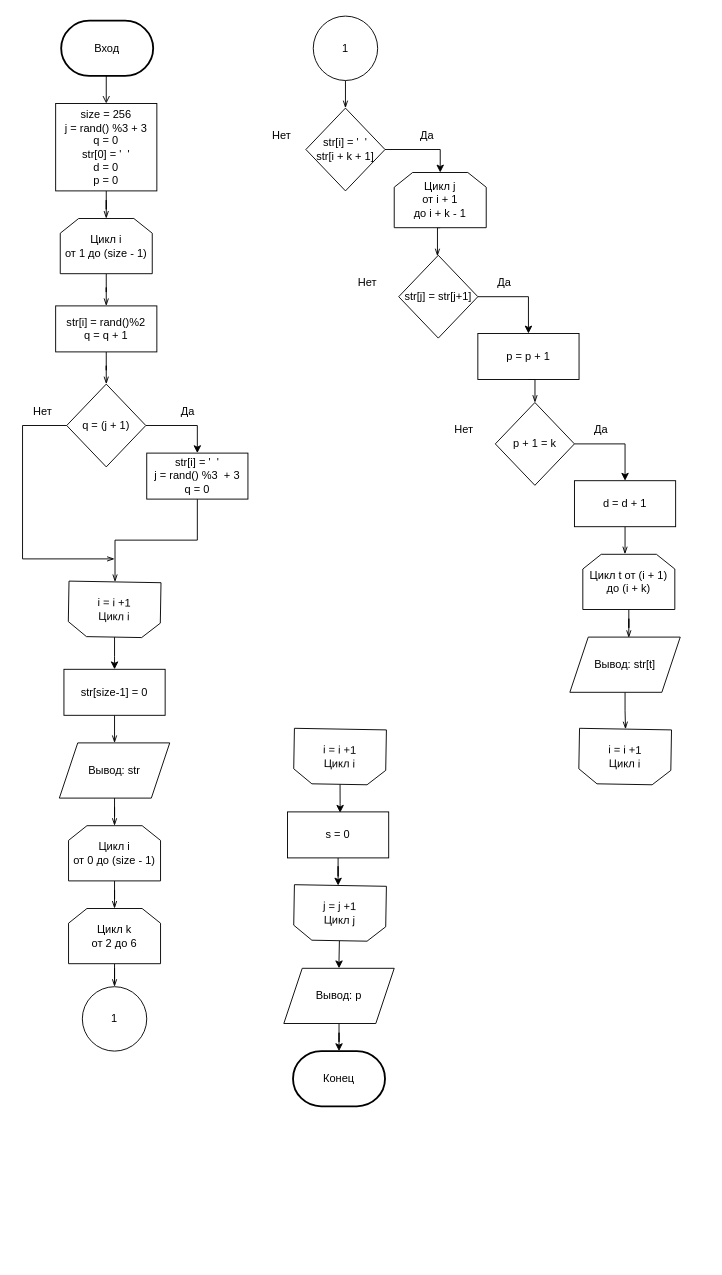
This is laba6.drawio from ArgumenTiKi/labs, a draw.io file, before an edit. Source tidied: cells renumbered, new cells numbered last; positions are measured from the earlier drawing's top-left corner, leaving out a move shared by most shapes. Both pictures are drawn from the tidied source at 92%, with x=0, y=0 at pixel (22, 16).
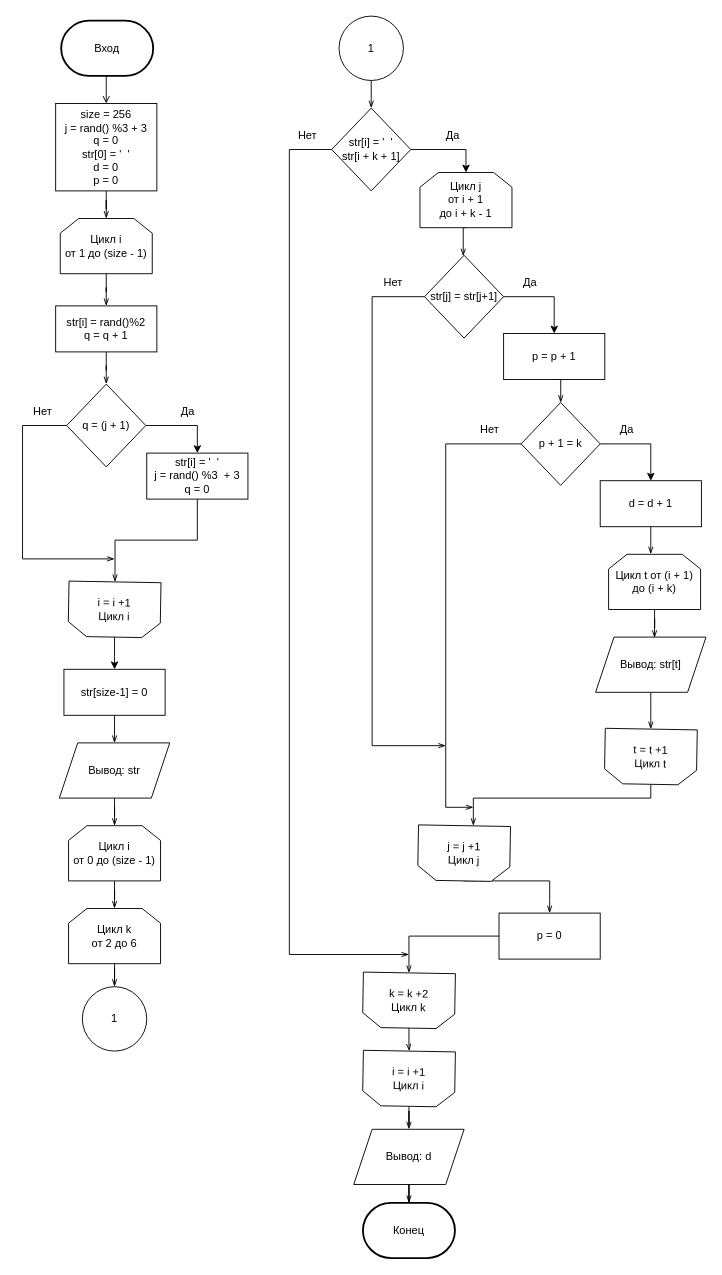
The same diagram, later.

The edit, as a diff of the source:
```diff
@@
     <mxCell id="4" value="Конец" style="strokeWidth=2;html=1;shape=mxgraph.flowchart.terminator;whiteSpace=wrap;" parent="1" vertex="1">
-      <mxGeometry x="294" y="1125" width="100" height="60" as="geometry" />
+      <mxGeometry x="370" y="1290" width="100" height="60" as="geometry" />
     </mxCell>
@@
     <mxCell id="17" value="1" style="ellipse;whiteSpace=wrap;html=1;" parent="1" vertex="1">
-      <mxGeometry x="316" width="70" height="70" as="geometry" />
+      <mxGeometry x="344" width="70" height="70" as="geometry" />
     </mxCell>
@@
-    <mxCell id="24" style="edgeStyle=orthogonalEdgeStyle;rounded=0;jettySize=auto;html=1;entryX=0.52;entryY=0.019;entryDx=0;entryDy=0;entryPerimeter=0;" parent="1" edge="1" source="25" target="27">
-      <mxGeometry relative="1" as="geometry">
-        <Array as="points">
-          <mxPoint x="345" y="856" />
-        </Array>
-      </mxGeometry>
-    </mxCell>
-    <mxCell id="25" value="i = i +1&lt;br&gt;Цикл i" style="shape=loopLimit;whiteSpace=wrap;html=1;rotation=1;flipV=1;" parent="1" vertex="1">
-      <mxGeometry x="295" y="775" width="100" height="60" as="geometry" />
-    </mxCell>
-    <mxCell id="26" style="edgeStyle=orthogonalEdgeStyle;rounded=0;jettySize=auto;html=1;entryX=0.475;entryY=0.999;entryDx=0;entryDy=0;entryPerimeter=0;" parent="1" edge="1" source="27" target="31">
-      <mxGeometry relative="1" as="geometry" />
-    </mxCell>
-    <mxCell id="27" value="s = 0" style="rounded=0;whiteSpace=wrap;html=1;" parent="1" vertex="1">
-      <mxGeometry x="288" y="865" width="110" height="50" as="geometry" />
-    </mxCell>
-    <mxCell id="28" style="edgeStyle=orthogonalEdgeStyle;rounded=0;jettySize=auto;html=1;" parent="1" edge="1" source="29" target="4">
-      <mxGeometry relative="1" as="geometry" />
-    </mxCell>
-    <mxCell id="29" value="Вывод: p" style="shape=parallelogram;perimeter=parallelogramPerimeter;whiteSpace=wrap;html=1;fixedSize=1;" parent="1" vertex="1">
-      <mxGeometry x="284" y="1035" width="120" height="60" as="geometry" />
-    </mxCell>
-    <mxCell id="30" style="edgeStyle=orthogonalEdgeStyle;rounded=0;jettySize=auto;html=1;entryX=0.5;entryY=0;entryDx=0;entryDy=0;" parent="1" edge="1" source="31" target="29">
-      <mxGeometry relative="1" as="geometry">
-        <Array as="points">
-          <mxPoint x="344" y="1026" />
-        </Array>
-      </mxGeometry>
-    </mxCell>
-    <mxCell id="31" value="j = j +1&lt;br&gt;Цикл j" style="shape=loopLimit;whiteSpace=wrap;html=1;rotation=1;flipV=1;" parent="1" vertex="1">
-      <mxGeometry x="295" y="945" width="100" height="60" as="geometry" />
-    </mxCell>
@@
     <mxCell id="38" style="edgeStyle=orthogonalEdgeStyle;rounded=0;jettySize=auto;html=1;exitX=0.5;exitY=1;exitDx=0;exitDy=0;entryX=0;entryY=0.5;entryDx=0;entryDy=0;" parent="1" edge="1" target="40">
       <mxGeometry relative="1" as="geometry">
-        <mxPoint x="345" y="112" as="sourcePoint" />
+        <mxPoint x="373" y="112" as="sourcePoint" />
       </mxGeometry>
     </mxCell>
@@
+    <mxCell id="66" style="edgeStyle=orthogonalEdgeStyle;rounded=0;jettySize=auto;html=1;endArrow=openThin;endFill=0;exitX=0.5;exitY=1;exitDx=0;exitDy=0;" parent="1" edge="1" source="40">
+      <mxGeometry relative="1" as="geometry">
+        <mxPoint x="420" y="1020" as="targetPoint" />
+        <Array as="points">
+          <mxPoint x="290" y="145" />
+          <mxPoint x="290" y="1020" />
+        </Array>
+      </mxGeometry>
+    </mxCell>
     <mxCell id="40" value="str[i] = '&amp;nbsp; '&lt;br&gt;str[i + k + 1]" style="rhombus;whiteSpace=wrap;html=1;direction=south;" parent="1" vertex="1">
-      <mxGeometry x="308" y="100" width="86" height="90" as="geometry" />
+      <mxGeometry x="336" y="100" width="86" height="90" as="geometry" />
     </mxCell>
     <mxCell id="41" value="Нет" style="text;html=1;strokeColor=none;fillColor=none;align=center;verticalAlign=middle;whiteSpace=wrap;rounded=0;" parent="1" vertex="1">
-      <mxGeometry x="262" y="120" width="40" height="20" as="geometry" />
+      <mxGeometry x="290" y="120" width="40" height="20" as="geometry" />
     </mxCell>
     <mxCell id="42" value="Да" style="text;html=1;strokeColor=none;fillColor=none;align=center;verticalAlign=middle;whiteSpace=wrap;rounded=0;" parent="1" vertex="1">
-      <mxGeometry x="420" y="120" width="40" height="20" as="geometry" />
+      <mxGeometry x="448" y="120" width="40" height="20" as="geometry" />
     </mxCell>
@@
     <mxCell id="45" style="edgeStyle=orthogonalEdgeStyle;rounded=0;jettySize=auto;html=1;exitX=0.5;exitY=1;exitDx=0;exitDy=0;endArrow=openThin;endFill=0;" parent="1" edge="1" source="46" target="51">
       <mxGeometry relative="1" as="geometry">
         <Array as="points">
-          <mxPoint x="451" y="230" />
+          <mxPoint x="479" y="230" />
         </Array>
       </mxGeometry>
     </mxCell>
     <mxCell id="46" value="Цикл j&lt;br&gt;от i + 1 &lt;br&gt;до i + k - 1" style="shape=loopLimit;whiteSpace=wrap;html=1;" parent="1" vertex="1">
-      <mxGeometry x="404" y="170" width="100" height="60" as="geometry" />
+      <mxGeometry x="432" y="170" width="100" height="60" as="geometry" />
     </mxCell>
     <mxCell id="47" style="edgeStyle=orthogonalEdgeStyle;rounded=0;jettySize=auto;html=1;exitX=0.5;exitY=1;exitDx=0;exitDy=0;endArrow=openThin;endFill=0;" parent="1" edge="1" source="48" target="58">
       <mxGeometry relative="1" as="geometry">
         <Array as="points">
-          <mxPoint x="557" y="395" />
+          <mxPoint x="585" y="395" />
         </Array>
       </mxGeometry>
     </mxCell>
     <mxCell id="48" value="p = p + 1" style="rounded=0;whiteSpace=wrap;html=1;" parent="1" vertex="1">
-      <mxGeometry x="494.9" y="345" width="110" height="50" as="geometry" />
+      <mxGeometry x="522.9" y="345" width="110" height="50" as="geometry" />
     </mxCell>
     <mxCell id="49" style="edgeStyle=orthogonalEdgeStyle;rounded=0;jettySize=auto;html=1;exitX=0.5;exitY=1;exitDx=0;exitDy=0;entryX=0;entryY=0.5;entryDx=0;entryDy=0;" parent="1" edge="1" target="51">
       <mxGeometry relative="1" as="geometry">
-        <mxPoint x="444.9" y="282" as="sourcePoint" />
+        <mxPoint x="472.9" y="282" as="sourcePoint" />
       </mxGeometry>
     </mxCell>
@@
+    <mxCell id="67" style="edgeStyle=orthogonalEdgeStyle;rounded=0;jettySize=auto;html=1;endArrow=openThin;endFill=0;" parent="1" edge="1" source="51">
+      <mxGeometry relative="1" as="geometry">
+        <mxPoint x="460" y="793" as="targetPoint" />
+        <Array as="points">
+          <mxPoint x="380" y="305" />
+          <mxPoint x="380" y="793" />
+        </Array>
+      </mxGeometry>
+    </mxCell>
     <mxCell id="51" value="str[j] = str[j+1]" style="rhombus;whiteSpace=wrap;html=1;direction=south;" parent="1" vertex="1">
-      <mxGeometry x="408.9" y="260" width="86" height="90" as="geometry" />
+      <mxGeometry x="436.9" y="260" width="86" height="90" as="geometry" />
     </mxCell>
     <mxCell id="52" value="Нет" style="text;html=1;strokeColor=none;fillColor=none;align=center;verticalAlign=middle;whiteSpace=wrap;rounded=0;" parent="1" vertex="1">
-      <mxGeometry x="355" y="280" width="40" height="20" as="geometry" />
+      <mxGeometry x="383" y="280" width="40" height="20" as="geometry" />
     </mxCell>
     <mxCell id="53" value="Да" style="text;html=1;strokeColor=none;fillColor=none;align=center;verticalAlign=middle;whiteSpace=wrap;rounded=0;" parent="1" vertex="1">
-      <mxGeometry x="504" y="280" width="40" height="20" as="geometry" />
+      <mxGeometry x="532" y="280" width="40" height="20" as="geometry" />
     </mxCell>
@@
     <mxCell id="55" value="d = d + 1" style="rounded=0;whiteSpace=wrap;html=1;" parent="1" vertex="1">
-      <mxGeometry x="599.9" y="505" width="110" height="50" as="geometry" />
+      <mxGeometry x="627.9" y="505" width="110" height="50" as="geometry" />
     </mxCell>
     <mxCell id="56" style="edgeStyle=orthogonalEdgeStyle;rounded=0;jettySize=auto;html=1;exitX=0.5;exitY=1;exitDx=0;exitDy=0;entryX=0;entryY=0.5;entryDx=0;entryDy=0;" parent="1" edge="1" target="58">
       <mxGeometry relative="1" as="geometry">
-        <mxPoint x="549.9" y="442" as="sourcePoint" />
+        <mxPoint x="577.9" y="442" as="sourcePoint" />
       </mxGeometry>
     </mxCell>
@@
+    <mxCell id="68" style="edgeStyle=orthogonalEdgeStyle;rounded=0;jettySize=auto;html=1;endArrow=openThin;endFill=0;" parent="1" edge="1" source="58">
+      <mxGeometry relative="1" as="geometry">
+        <mxPoint x="490" y="860" as="targetPoint" />
+        <Array as="points">
+          <mxPoint x="460" y="465" />
+          <mxPoint x="460" y="860" />
+        </Array>
+      </mxGeometry>
+    </mxCell>
     <mxCell id="58" value="p + 1 = k" style="rhombus;whiteSpace=wrap;html=1;direction=south;" parent="1" vertex="1">
-      <mxGeometry x="513.9" y="420" width="86" height="90" as="geometry" />
+      <mxGeometry x="541.9" y="420" width="86" height="90" as="geometry" />
     </mxCell>
     <mxCell id="59" value="Нет" style="text;html=1;strokeColor=none;fillColor=none;align=center;verticalAlign=middle;whiteSpace=wrap;rounded=0;" parent="1" vertex="1">
-      <mxGeometry x="460" y="440" width="40" height="20" as="geometry" />
+      <mxGeometry x="488" y="440" width="40" height="20" as="geometry" />
     </mxCell>
     <mxCell id="60" value="Да" style="text;html=1;strokeColor=none;fillColor=none;align=center;verticalAlign=middle;whiteSpace=wrap;rounded=0;" parent="1" vertex="1">
-      <mxGeometry x="609" y="440" width="40" height="20" as="geometry" />
+      <mxGeometry x="637" y="440" width="40" height="20" as="geometry" />
     </mxCell>
@@
     <mxCell id="62" value="Цикл t от (i + 1)&lt;br&gt;до (i + k)" style="shape=loopLimit;whiteSpace=wrap;html=1;" parent="1" vertex="1">
-      <mxGeometry x="609" y="585" width="100" height="60" as="geometry" />
+      <mxGeometry x="637" y="585" width="100" height="60" as="geometry" />
     </mxCell>
-    <mxCell id="63" style="edgeStyle=orthogonalEdgeStyle;rounded=0;jettySize=auto;html=1;entryX=0.5;entryY=0;entryDx=0;entryDy=0;endArrow=openThin;endFill=0;" parent="1" edge="1" source="64" target="65">
-      <mxGeometry relative="1" as="geometry">
-        <Array as="points">
-          <mxPoint x="655" y="755" />
-          <mxPoint x="656" y="755" />
-        </Array>
-      </mxGeometry>
+    <mxCell id="63" style="edgeStyle=orthogonalEdgeStyle;rounded=0;jettySize=auto;html=1;endArrow=openThin;endFill=0;" parent="1" edge="1" source="64" target="65">
+      <mxGeometry relative="1" as="geometry" />
     </mxCell>
     <mxCell id="64" value="Вывод: str[t]" style="shape=parallelogram;perimeter=parallelogramPerimeter;whiteSpace=wrap;html=1;fixedSize=1;" parent="1" vertex="1">
-      <mxGeometry x="594.9" y="675" width="120" height="60" as="geometry" />
+      <mxGeometry x="622.9" y="675" width="120" height="60" as="geometry" />
     </mxCell>
+    <mxCell id="69" style="edgeStyle=orthogonalEdgeStyle;rounded=0;jettySize=auto;html=1;endArrow=openThin;endFill=0;" parent="1" edge="1" source="65">
+      <mxGeometry relative="1" as="geometry">
+        <mxPoint x="490" y="880" as="targetPoint" />
+        <Array as="points">
+          <mxPoint x="683" y="850" />
+          <mxPoint x="490" y="850" />
+        </Array>
+      </mxGeometry>
+    </mxCell>
-    <mxCell id="65" value="i = i +1&lt;br&gt;Цикл i" style="shape=loopLimit;whiteSpace=wrap;html=1;rotation=1;flipV=1;" parent="1" vertex="1">
-      <mxGeometry x="604.9" y="775" width="100" height="60" as="geometry" />
+    <mxCell id="65" value="t = t +1&lt;br&gt;Цикл t" style="shape=loopLimit;whiteSpace=wrap;html=1;rotation=1;flipV=1;" parent="1" vertex="1">
+      <mxGeometry x="632.9" y="775" width="100" height="60" as="geometry" />
     </mxCell>
+    <mxCell id="70" style="edgeStyle=orthogonalEdgeStyle;rounded=0;jettySize=auto;html=1;endArrow=openThin;endFill=0;" parent="1" edge="1" source="71" target="74">
+      <mxGeometry relative="1" as="geometry" />
+    </mxCell>
+    <mxCell id="71" value="p = 0" style="rounded=0;whiteSpace=wrap;html=1;" parent="1" vertex="1">
+      <mxGeometry x="517.9" y="975" width="110" height="50" as="geometry" />
+    </mxCell>
+    <mxCell id="72" style="edgeStyle=orthogonalEdgeStyle;rounded=0;jettySize=auto;html=1;exitX=0.5;exitY=1;exitDx=0;exitDy=0;entryX=0.5;entryY=0;entryDx=0;entryDy=0;endArrow=openThin;endFill=0;" parent="1" edge="1" source="31" target="71">
+      <mxGeometry relative="1" as="geometry">
+        <Array as="points">
+          <mxPoint x="573" y="960" />
+          <mxPoint x="573" y="960" />
+        </Array>
+      </mxGeometry>
+    </mxCell>
+    <mxCell id="31" value="j = j +1&lt;br&gt;Цикл j" style="shape=loopLimit;whiteSpace=wrap;html=1;rotation=1;flipV=1;" parent="1" vertex="1">
+      <mxGeometry x="429.9" y="880" width="100" height="60" as="geometry" />
+    </mxCell>
+    <mxCell id="73" style="edgeStyle=orthogonalEdgeStyle;rounded=0;jettySize=auto;html=1;entryX=0.5;entryY=0;entryDx=0;entryDy=0;endArrow=openThin;endFill=0;" parent="1" edge="1" source="74" target="25">
+      <mxGeometry relative="1" as="geometry" />
+    </mxCell>
+    <mxCell id="74" value="k = k +2&lt;br&gt;Цикл k" style="shape=loopLimit;whiteSpace=wrap;html=1;rotation=1;flipV=1;" parent="1" vertex="1">
+      <mxGeometry x="370" y="1040" width="100" height="60" as="geometry" />
+    </mxCell>
+    <mxCell id="75" style="edgeStyle=orthogonalEdgeStyle;rounded=0;jettySize=auto;html=1;entryX=0.5;entryY=0;entryDx=0;entryDy=0;endArrow=openThin;endFill=0;" parent="1" edge="1" source="25" target="77">
+      <mxGeometry relative="1" as="geometry" />
+    </mxCell>
+    <mxCell id="25" value="i = i +1&lt;br&gt;Цикл i" style="shape=loopLimit;whiteSpace=wrap;html=1;rotation=1;flipV=1;" parent="1" vertex="1">
+      <mxGeometry x="370" y="1125" width="100" height="60" as="geometry" />
+    </mxCell>
+    <mxCell id="76" style="edgeStyle=orthogonalEdgeStyle;rounded=0;jettySize=auto;html=1;entryX=0.5;entryY=0;entryDx=0;entryDy=0;entryPerimeter=0;endArrow=openThin;endFill=0;" parent="1" edge="1" source="77" target="4">
+      <mxGeometry relative="1" as="geometry" />
+    </mxCell>
+    <mxCell id="77" value="Вывод: d" style="shape=parallelogram;perimeter=parallelogramPerimeter;whiteSpace=wrap;html=1;fixedSize=1;" parent="1" vertex="1">
+      <mxGeometry x="360" y="1210" width="120" height="60" as="geometry" />
+    </mxCell>
```
